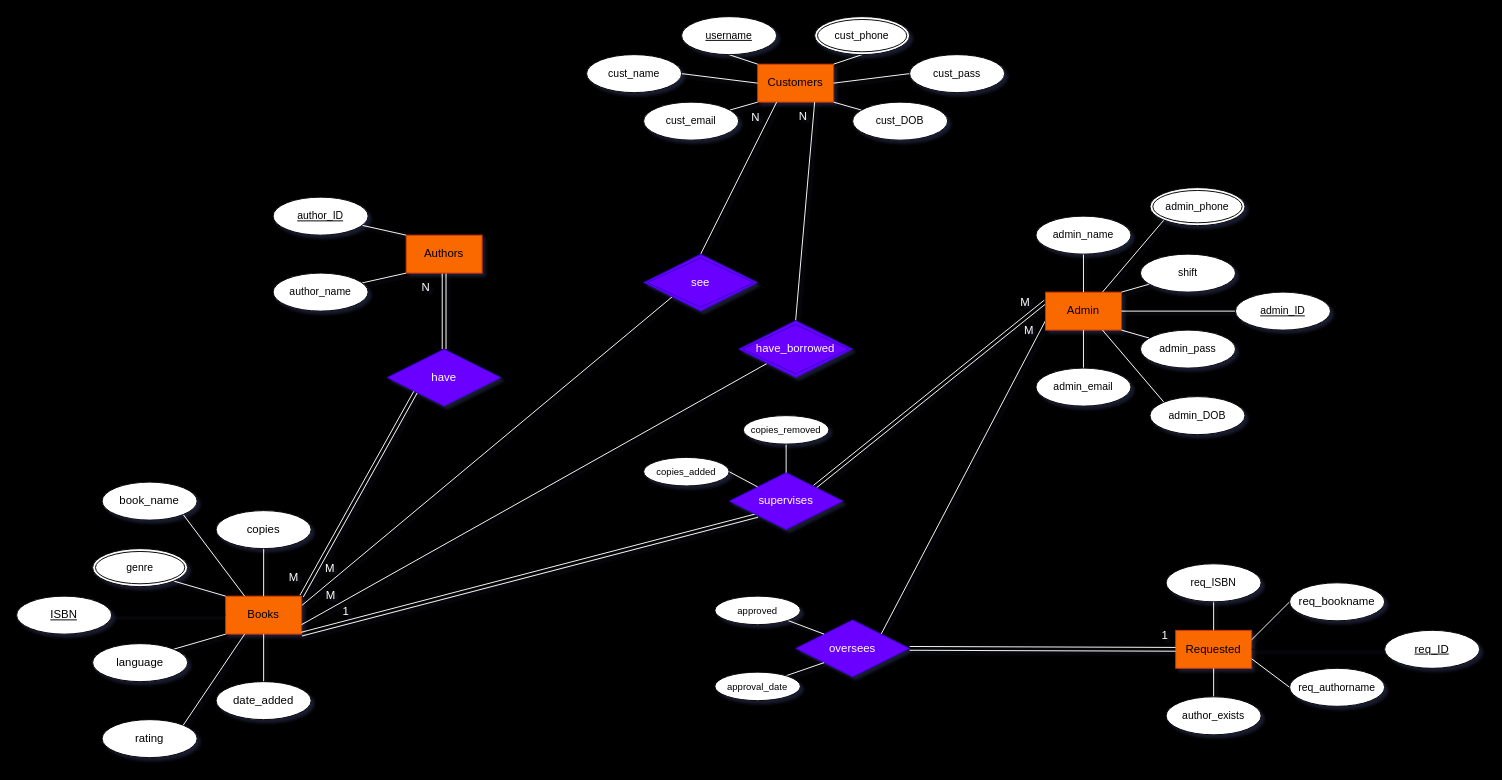
Above: ERD.drawio in rajin-khan/BIBLIO (draw.io), before the change. Source tidied: cells renumbered, new cells numbered last; positions are measured from the earlier drawing's top-left corner, leaving out a move shared by most shapes. Both pictures are drawn from the tidied source at 95%, with x=0, y=0 at pixel (16, 16).
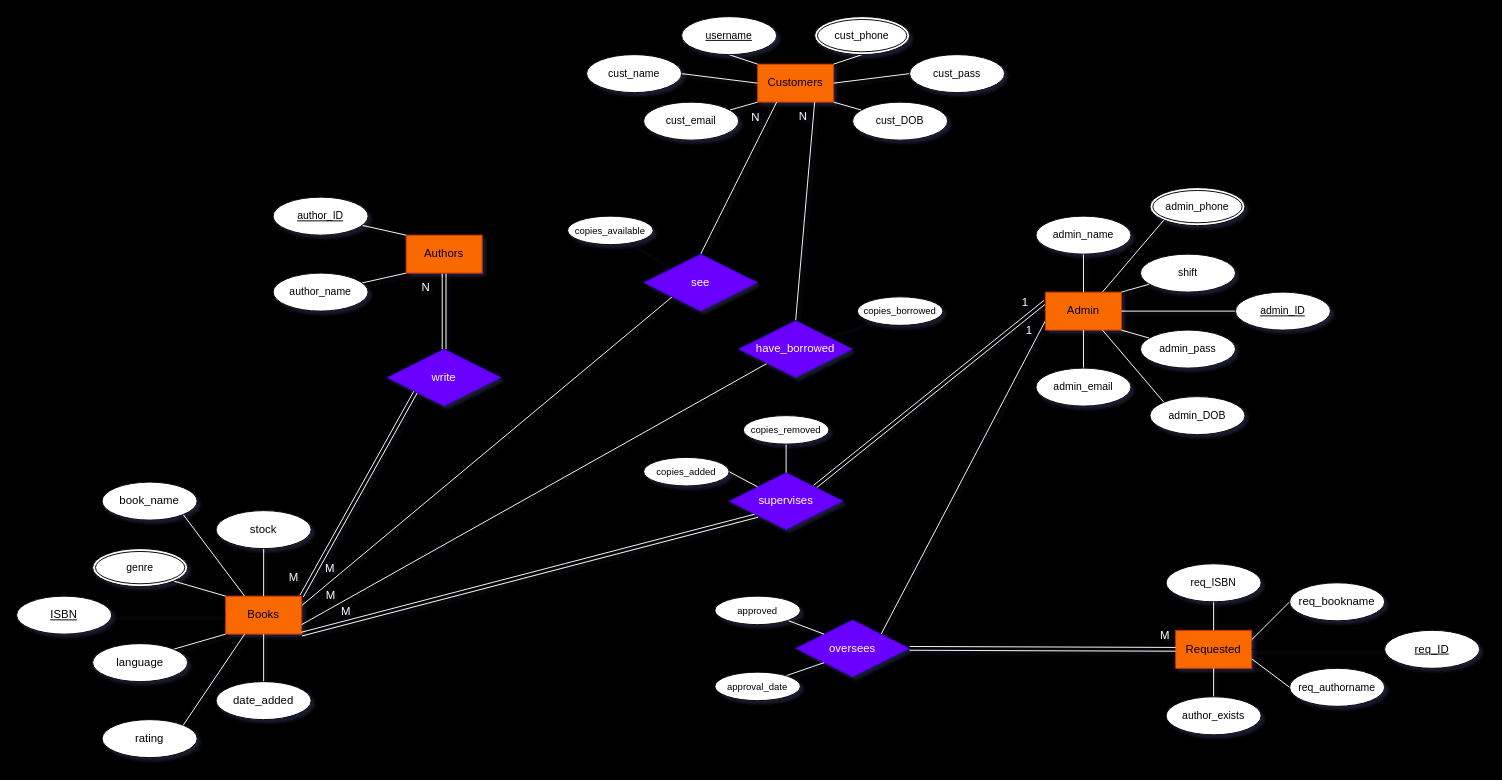
After the change.

The change refers to these unchanged cells:
```xml
<mxCell id="3" value="Books" style="rounded=0;whiteSpace=wrap;html=1;fillColor=#fa6800;fontColor=#000000;strokeColor=#C73500;" parent="1" vertex="1">
  <mxGeometry x="220" y="610" width="80" height="40" as="geometry" />
</mxCell>
```

Change to the diagram source:
```diff
@@
-    <mxCell id="2" style="edgeStyle=none;html=1;endArrow=none;endFill=0;exitX=1;exitY=0.25;exitDx=0;exitDy=0;strokeColor=#FFFFFF;" parent="1" edge="1" source="3">
-      <mxGeometry relative="1" as="geometry">
-        <mxPoint x="690" y="295" as="targetPoint" />
-      </mxGeometry>
+    <mxCell id="2" style="edgeStyle=none;html=1;endArrow=none;endFill=0;exitX=1;exitY=0.25;exitDx=0;exitDy=0;strokeColor=#FFFFFF;entryX=0;entryY=1;entryDx=0;entryDy=0;" parent="1" edge="1" source="3" target="62">
+      <mxGeometry relative="1" as="geometry" />
     </mxCell>
@@
-    <mxCell id="60" value="have" style="shape=rhombus;perimeter=rhombusPerimeter;whiteSpace=wrap;html=1;align=center;fillColor=#6a00ff;fontColor=#ffffff;strokeColor=#3700CC;" parent="1" vertex="1">
+    <mxCell id="60" value="write" style="shape=rhombus;perimeter=rhombusPerimeter;whiteSpace=wrap;html=1;align=center;fillColor=#6a00ff;fontColor=#ffffff;strokeColor=#3700CC;" parent="1" vertex="1">
       <mxGeometry x="390" y="350" width="120" height="60" as="geometry" />
     </mxCell>
@@
-    <mxCell id="62" value="see" style="shape=rhombus;double=1;perimeter=rhombusPerimeter;whiteSpace=wrap;html=1;align=center;fillColor=#6a00ff;fontColor=#ffffff;strokeColor=#3700CC;" parent="1" vertex="1">
-      <mxGeometry x="660" y="250" width="120" height="60" as="geometry" />
-    </mxCell>
@@
-    <mxCell id="69" value="have_borrowed" style="shape=rhombus;double=1;perimeter=rhombusPerimeter;whiteSpace=wrap;html=1;align=center;fillColor=#6a00ff;fontColor=#ffffff;strokeColor=#3700CC;" parent="1" vertex="1">
-      <mxGeometry x="760" y="320" width="120" height="60" as="geometry" />
-    </mxCell>
@@
-    <mxCell id="72" value="copies" style="ellipse;whiteSpace=wrap;html=1;align=center;" parent="1" vertex="1">
+    <mxCell id="72" value="stock" style="ellipse;whiteSpace=wrap;html=1;align=center;" parent="1" vertex="1">
       <mxGeometry x="210" y="520" width="100" height="40" as="geometry" />
     </mxCell>
@@
-    <mxCell id="82" value="1" style="text;html=1;strokeColor=none;fillColor=none;align=center;verticalAlign=middle;whiteSpace=wrap;rounded=0;fontColor=#FFFFFF;" parent="1" vertex="1">
+    <mxCell id="82" value="M" style="text;html=1;strokeColor=none;fillColor=none;align=center;verticalAlign=middle;whiteSpace=wrap;rounded=0;fontColor=#FFFFFF;" parent="1" vertex="1">
       <mxGeometry x="342" y="620.5" width="10" height="10" as="geometry" />
     </mxCell>
-    <mxCell id="83" value="M" style="text;html=1;strokeColor=none;fillColor=none;align=center;verticalAlign=middle;whiteSpace=wrap;rounded=0;fontColor=#FFFFFF;" parent="1" vertex="1">
+    <mxCell id="83" value="1" style="text;html=1;strokeColor=none;fillColor=none;align=center;verticalAlign=middle;whiteSpace=wrap;rounded=0;fontColor=#FFFFFF;" parent="1" vertex="1">
       <mxGeometry x="1057" y="296" width="10" height="10" as="geometry" />
     </mxCell>
-    <mxCell id="84" value="M" style="text;html=1;strokeColor=none;fillColor=none;align=center;verticalAlign=middle;whiteSpace=wrap;rounded=0;fontColor=#FFFFFF;" parent="1" vertex="1">
+    <mxCell id="84" value="1" style="text;html=1;strokeColor=none;fillColor=none;align=center;verticalAlign=middle;whiteSpace=wrap;rounded=0;fontColor=#FFFFFF;" parent="1" vertex="1">
       <mxGeometry x="1061" y="326" width="10" height="10" as="geometry" />
     </mxCell>
-    <mxCell id="85" value="1" style="text;html=1;strokeColor=none;fillColor=none;align=center;verticalAlign=middle;whiteSpace=wrap;rounded=0;fontColor=#FFFFFF;" parent="1" vertex="1">
+    <mxCell id="85" value="M" style="text;html=1;strokeColor=none;fillColor=none;align=center;verticalAlign=middle;whiteSpace=wrap;rounded=0;fontColor=#FFFFFF;" parent="1" vertex="1">
       <mxGeometry x="1204" y="647" width="10" height="10" as="geometry" />
     </mxCell>
@@
+    <mxCell id="69" value="have_borrowed" style="shape=rhombus;perimeter=rhombusPerimeter;whiteSpace=wrap;html=1;align=center;fillColor=#6a00ff;fontColor=#ffffff;strokeColor=#3700CC;" parent="1" vertex="1">
+      <mxGeometry x="760" y="320" width="120" height="60" as="geometry" />
+    </mxCell>
+    <mxCell id="62" value="see" style="shape=rhombus;perimeter=rhombusPerimeter;whiteSpace=wrap;html=1;align=center;fillColor=#6a00ff;fontColor=#ffffff;strokeColor=#3700CC;" parent="1" vertex="1">
+      <mxGeometry x="660" y="250" width="120" height="60" as="geometry" />
+    </mxCell>
+    <mxCell id="96" style="edgeStyle=none;html=1;entryX=0;entryY=0;entryDx=0;entryDy=0;endArrow=none;endFill=0;" parent="1" edge="1" source="97" target="62">
+      <mxGeometry relative="1" as="geometry" />
+    </mxCell>
+    <mxCell id="97" value="&lt;span style=&quot;font-size: 10px;&quot;&gt;copies_available&lt;/span&gt;" style="ellipse;whiteSpace=wrap;html=1;align=center;" parent="1" vertex="1">
+      <mxGeometry x="580" y="210" width="90" height="30" as="geometry" />
+    </mxCell>
+    <mxCell id="98" style="edgeStyle=none;html=1;entryX=1;entryY=0;entryDx=0;entryDy=0;endArrow=none;endFill=0;exitX=0;exitY=1;exitDx=0;exitDy=0;" parent="1" edge="1" source="99" target="69">
+      <mxGeometry relative="1" as="geometry" />
+    </mxCell>
+    <mxCell id="99" value="&lt;span style=&quot;font-size: 10px;&quot;&gt;copies_borrowed&lt;/span&gt;" style="ellipse;whiteSpace=wrap;html=1;align=center;" parent="1" vertex="1">
+      <mxGeometry x="885" y="295" width="90" height="30" as="geometry" />
+    </mxCell>
```
